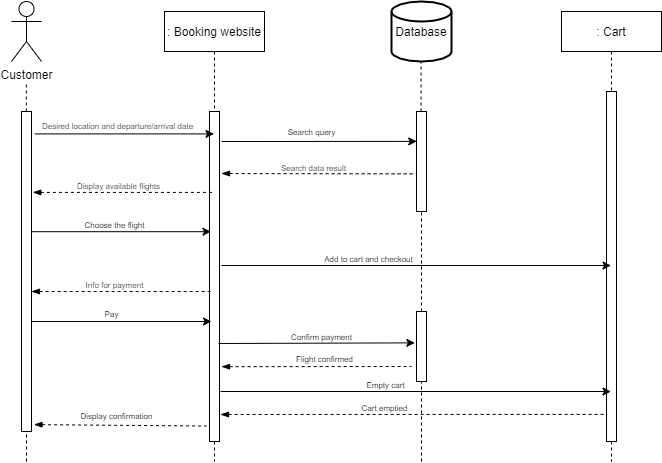
The draw.io diagram UML Examples/North American Airports System/Airports System Sequence Diagram.png in smitbmx/Architecture-Diagrams, before a commit. Source tidied: cells renumbered, new cells last; positions are measured from the earlier drawing's top-left corner, leaving out a move shared by most shapes.
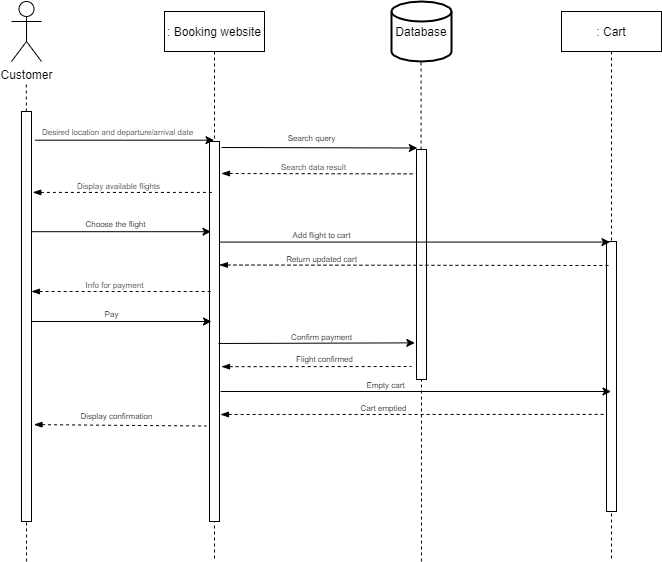
The same file after the commit.

Diff of the diagram source:
```diff
@@ -14,10 +14,10 @@
       </mxGeometry>
     </mxCell>
     <mxCell id="4" value=": Booking website" style="shape=umlLifeline;perimeter=lifelinePerimeter;rounded=0;shadow=0;strokeWidth=1;" parent="1" vertex="1">
-      <mxGeometry x="153" y="10" width="100" height="450" as="geometry" />
+      <mxGeometry x="153" y="10" width="100" height="550" as="geometry" />
     </mxCell>
     <mxCell id="5" style="perimeter=orthogonalPerimeter;rounded=0;shadow=0;strokeWidth=1;" parent="4" vertex="1">
-      <mxGeometry x="45" y="100" width="10" height="330" as="geometry" />
+      <mxGeometry x="45" y="130" width="10" height="380" as="geometry" />
     </mxCell>
     <mxCell id="6" value="Customer" style="shape=umlActor;verticalLabelPosition=bottom;verticalAlign=top;html=1;" parent="1" vertex="1">
       <mxGeometry width="30" height="60" as="geometry" />
@@ -28,10 +28,10 @@
       </mxGeometry>
     </mxCell>
     <mxCell id="8" value=": Cart" style="shape=umlLifeline;perimeter=lifelinePerimeter;rounded=0;shadow=0;strokeWidth=1;" parent="1" vertex="1">
-      <mxGeometry x="550" y="10" width="100" height="450" as="geometry" />
+      <mxGeometry x="550" y="10" width="100" height="550" as="geometry" />
     </mxCell>
     <mxCell id="9" style="perimeter=orthogonalPerimeter;rounded=0;shadow=0;strokeWidth=1;" parent="8" vertex="1">
-      <mxGeometry x="45" y="80" width="10" height="350" as="geometry" />
+      <mxGeometry x="45" y="230" width="10" height="270" as="geometry" />
     </mxCell>
     <mxCell id="10" value="Database" style="strokeWidth=2;html=1;shape=mxgraph.flowchart.database;whiteSpace=wrap;" parent="1" vertex="1">
       <mxGeometry x="380" width="60" height="60" as="geometry" />
@@ -42,11 +42,11 @@
       </mxGeometry>
     </mxCell>
     <mxCell id="12" style="points=[];perimeter=orthogonalPerimeter;rounded=0;shadow=0;strokeWidth=1;" parent="1" vertex="1">
-      <mxGeometry x="10" y="110" width="10" height="320" as="geometry" />
+      <mxGeometry x="10" y="110" width="10" height="410" as="geometry" />
     </mxCell>
     <mxCell id="13" style="endArrow=none;dashed=1;html=1;" parent="1" edge="1" target="12">
       <mxGeometry relative="1" as="geometry">
-        <mxPoint x="15" y="460" as="sourcePoint" />
+        <mxPoint x="15" y="560" as="sourcePoint" />
       </mxGeometry>
     </mxCell>
     <mxCell id="14" style="endArrow=classic;html=1;exitX=1.333;exitY=0.07;exitDx=0;exitDy=0;exitPerimeter=0;" parent="1" edge="1" source="12" target="4">
@@ -58,14 +58,17 @@
       </mxGeometry>
     </mxCell>
     <mxCell id="16" style="points=[];perimeter=orthogonalPerimeter;rounded=0;shadow=0;strokeWidth=1;" parent="1" vertex="1">
-      <mxGeometry x="405" y="110" width="10" height="100" as="geometry" />
+      <mxGeometry x="405" y="148" width="10" height="230" as="geometry" />
     </mxCell>
-    <mxCell id="17" style="endArrow=none;dashed=1;html=1;startArrow=none;" parent="1" edge="1" source="32" target="16">
-      <mxGeometry relative="1" as="geometry" />
+    <mxCell id="17" style="endArrow=none;dashed=1;html=1;startArrow=none;" parent="1" edge="1" target="16">
+      <mxGeometry relative="1" as="geometry">
+        <mxPoint x="410" y="380" as="sourcePoint" />
+      </mxGeometry>
     </mxCell>
-    <mxCell id="18" style="endArrow=classic;html=1;fontSize=8;entryX=0.021;entryY=0.299;entryDx=0;entryDy=0;entryPerimeter=0;" parent="1" edge="1" target="16">
+    <mxCell id="18" style="endArrow=classic;html=1;fontSize=8;entryX=0.083;entryY=0.113;entryDx=0;entryDy=0;entryPerimeter=0;" parent="1" edge="1">
       <mxGeometry relative="1" as="geometry">
-        <mxPoint x="210" y="140" as="sourcePoint" />
+        <mxPoint x="210" y="146" as="sourcePoint" />
+        <mxPoint x="405.8" y="146.5" as="targetPoint" />
       </mxGeometry>
     </mxCell>
     <mxCell id="19" value="Search query" style="edgeLabel;html=1;align=center;verticalAlign=middle;fontSize=8;" parent="18" vertex="1">
@@ -108,13 +111,13 @@
     </mxCell>
     <mxCell id="26" style="endArrow=classic;html=1;fontSize=8;" parent="1" edge="1">
       <mxGeometry relative="1" as="geometry">
-        <mxPoint x="210" y="264" as="sourcePoint" />
-        <mxPoint x="599.5" y="264" as="targetPoint" />
+        <mxPoint x="209" y="240.6" as="sourcePoint" />
+        <mxPoint x="598.5" y="240.6" as="targetPoint" />
       </mxGeometry>
     </mxCell>
-    <mxCell id="27" value="Add to cart and checkout" style="edgeLabel;html=1;align=center;verticalAlign=middle;fontSize=8;" parent="26" vertex="1">
+    <mxCell id="27" value="Add flight to cart" style="edgeLabel;html=1;align=center;verticalAlign=middle;fontSize=8;" parent="26" vertex="1">
       <mxGeometry x="-0.25" y="1" relative="1" as="geometry">
-        <mxPoint y="-5" as="offset" />
+        <mxPoint x="-46" y="-6" as="offset" />
       </mxGeometry>
     </mxCell>
     <mxCell id="28" style="endArrow=none;dashed=1;html=1;fontSize=8;startArrow=blockThin;startFill=1;" parent="1" edge="1">
@@ -139,17 +142,16 @@
         <mxPoint y="-6" as="offset" />
       </mxGeometry>
     </mxCell>
-    <mxCell id="32" style="points=[];perimeter=orthogonalPerimeter;rounded=0;shadow=0;strokeWidth=1;" parent="1" vertex="1">
-      <mxGeometry x="405" y="310" width="10" height="70" as="geometry" />
-    </mxCell>
-    <mxCell id="33" style="endArrow=none;dashed=1;html=1;" parent="1" edge="1" target="32">
+    <mxCell id="33" style="endArrow=none;dashed=1;html=1;" parent="1" edge="1">
       <mxGeometry relative="1" as="geometry">
-        <mxPoint x="410" y="460" as="sourcePoint" />
+        <mxPoint x="410" y="560" as="sourcePoint" />
+        <mxPoint x="410" y="380" as="targetPoint" />
       </mxGeometry>
     </mxCell>
-    <mxCell id="34" style="endArrow=classic;html=1;fontSize=8;entryX=-0.167;entryY=0.448;entryDx=0;entryDy=0;entryPerimeter=0;" parent="1" edge="1" target="32">
+    <mxCell id="34" style="endArrow=classic;html=1;fontSize=8;entryX=-0.167;entryY=0.448;entryDx=0;entryDy=0;entryPerimeter=0;" parent="1" edge="1">
       <mxGeometry relative="1" as="geometry">
         <mxPoint x="206.9" y="342" as="sourcePoint" />
+        <mxPoint x="403.3" y="341.4" as="targetPoint" />
       </mxGeometry>
     </mxCell>
     <mxCell id="35" value="Confirm payment" style="text;html=1;align=center;verticalAlign=middle;strokeColor=none;fontSize=8;" parent="1" vertex="1">
@@ -187,5 +189,16 @@
         <mxPoint x="-5" y="-6" as="offset" />
       </mxGeometry>
     </mxCell>
+    <mxCell id="42" style="endArrow=none;dashed=1;html=1;fontSize=8;startArrow=blockThin;startFill=1;exitX=1.186;exitY=0.325;exitDx=0;exitDy=0;exitPerimeter=0;entryX=0.5;entryY=0.089;entryDx=0;entryDy=0;entryPerimeter=0;" parent="1" edge="1">
+      <mxGeometry relative="1" as="geometry">
+        <mxPoint x="207.9" y="263.5" as="sourcePoint" />
+        <mxPoint x="598" y="264" as="targetPoint" />
+      </mxGeometry>
+    </mxCell>
+    <mxCell id="43" value="Return updated cart" style="edgeLabel;html=1;align=center;verticalAlign=middle;fontSize=8;" parent="42" vertex="1">
+      <mxGeometry x="-0.71" y="1" relative="1" as="geometry">
+        <mxPoint x="46" y="-5" as="offset" />
+      </mxGeometry>
+    </mxCell>
   </root>
 </mxGraphModel>
```
